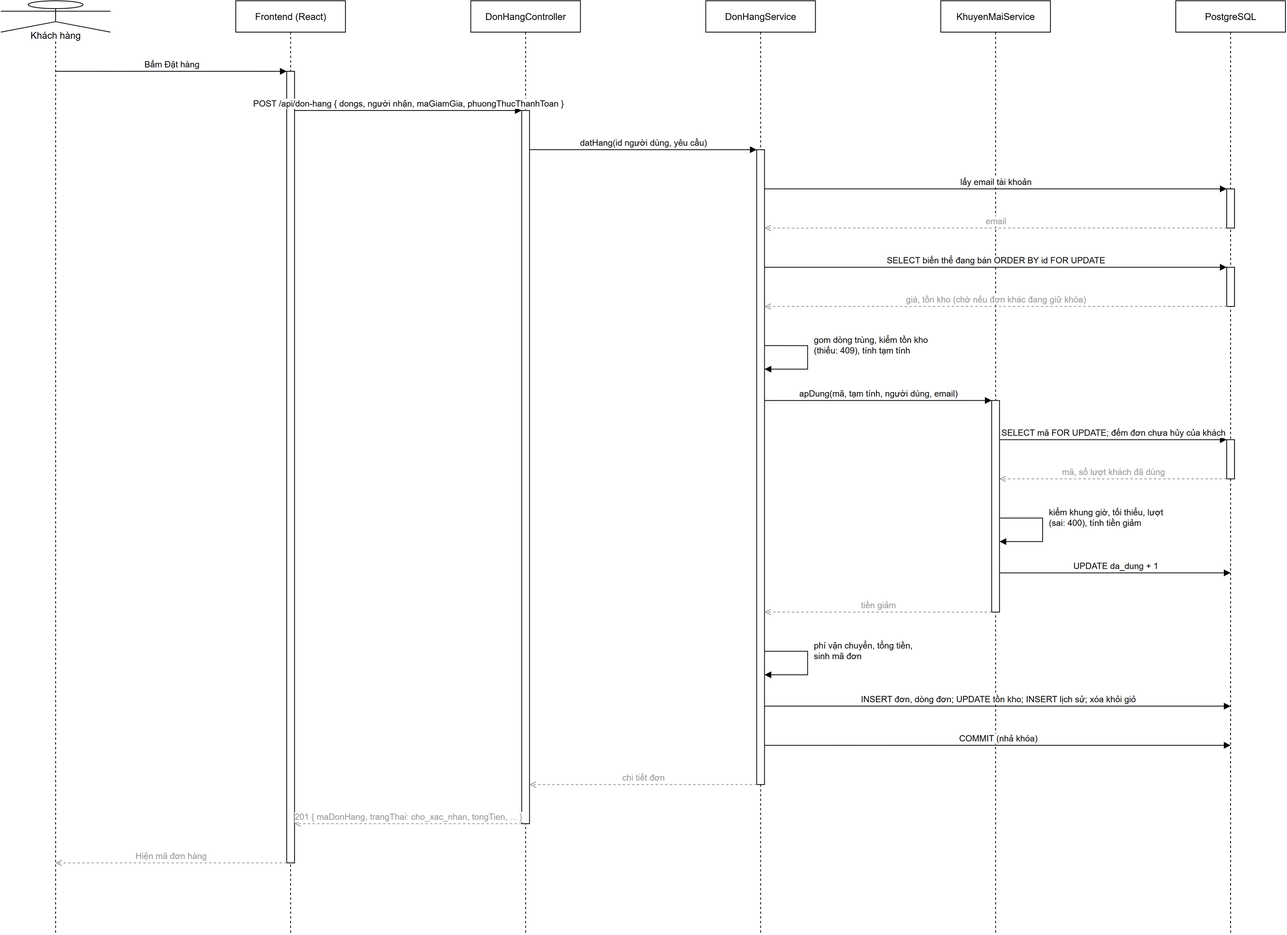
Earlier version of the draw.io export docs/thiet-ke/14_td_dat_hang.drawio.png (phdinh254/TechGear). Source tidied: cells renumbered, new cells last; positions are measured from the earlier drawing's top-left corner, leaving out a move shared by most shapes.
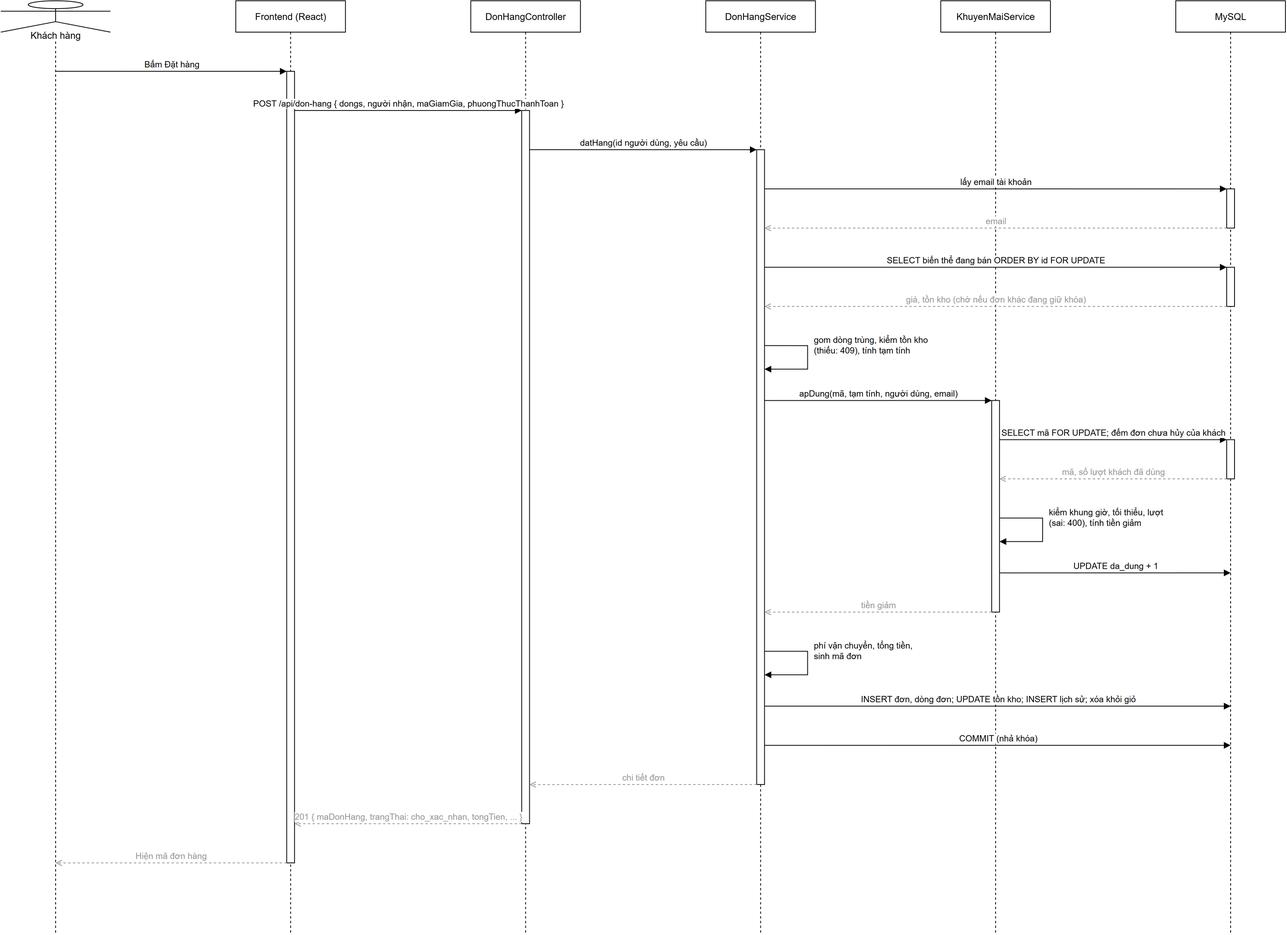
After the commit.

The edit, as a diff of the source:
```diff
@@ -17,7 +17,7 @@
     <mxCell id="6" value="KhuyenMaiService" style="shape=umlLifeline;perimeter=lifelinePerimeter;whiteSpace=wrap;html=1;size=40;" parent="1" vertex="1">
       <mxGeometry x="1200" width="140" height="1190" as="geometry" />
     </mxCell>
-    <mxCell id="7" value="PostgreSQL" style="shape=umlLifeline;perimeter=lifelinePerimeter;whiteSpace=wrap;html=1;outlineConnect=0;portConstraint=eastwest;size=40;" parent="1" vertex="1">
+    <mxCell id="7" value="MySQL" style="shape=umlLifeline;perimeter=lifelinePerimeter;whiteSpace=wrap;html=1;outlineConnect=0;portConstraint=eastwest;size=40;" parent="1" vertex="1">
       <mxGeometry x="1500" width="140" height="1190" as="geometry" />
     </mxCell>
     <mxCell id="8" style="html=1;points=[];perimeter=orthogonalPerimeter;outlineConnect=0;fillColor=#ffffff;" parent="7" vertex="1">
```
